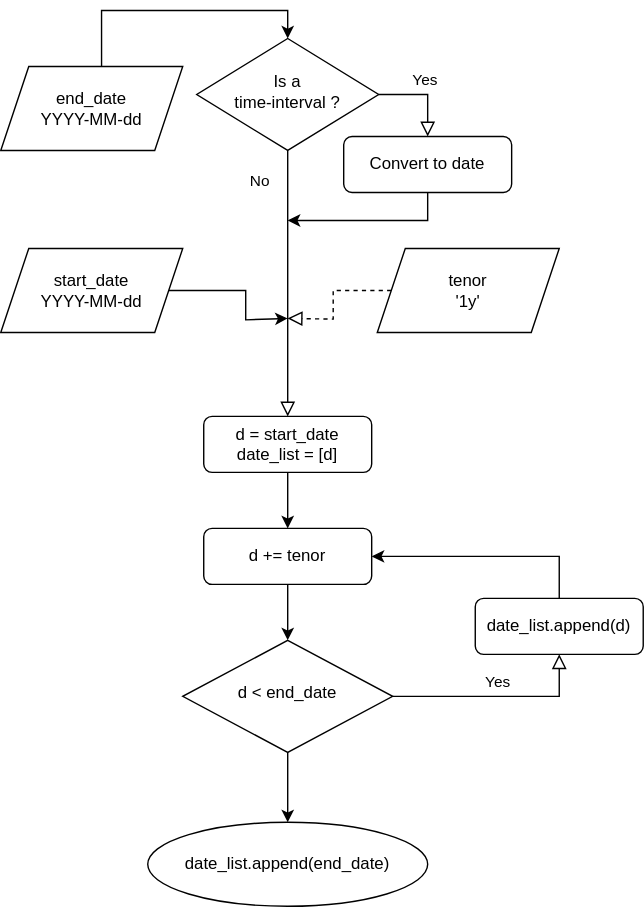
matteosan1/finance_course keeps this draw.io diagram as input_files/GenerateDatesFunction.drawio.svg. Above is the earlier version. Source tidied: cells renumbered, new cells last; positions are measured from the earlier drawing's top-left corner, leaving out a move shared by most shapes.
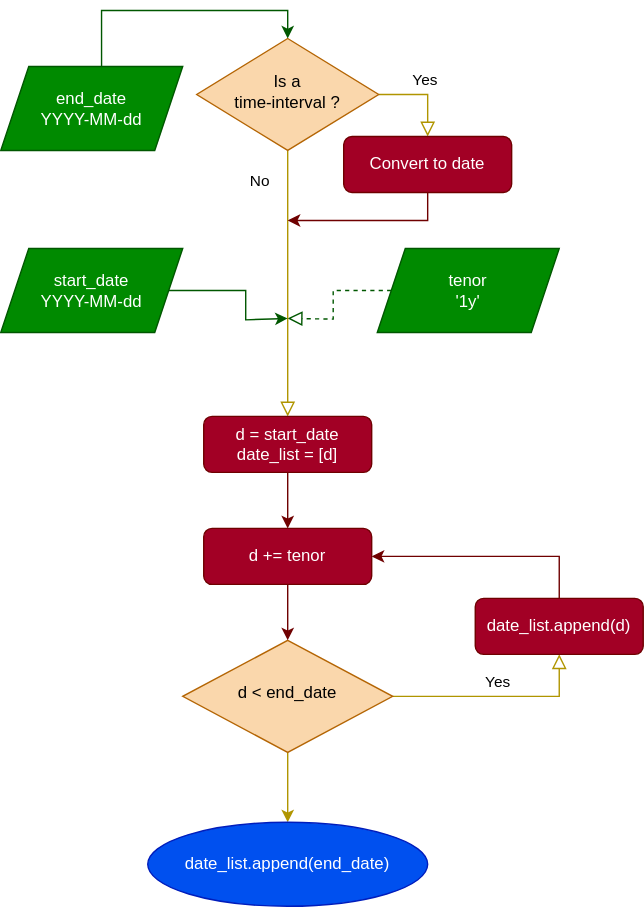
After the change.

Diff of the diagram source:
```diff
@@ -2,21 +2,21 @@
   <root>
     <mxCell id="0" />
     <mxCell id="1" parent="0" />
-    <mxCell id="2" style="rounded=0;html=1;jettySize=auto;fontSize=11;endArrow=block;endFill=0;endSize=8;strokeWidth=1;shadow=0;labelBackgroundColor=none;edgeStyle=orthogonalEdgeStyle;dashed=1;exitX=0;exitY=0.5;exitDx=0;exitDy=0;" parent="1" edge="1" source="21">
+    <mxCell id="2" style="rounded=0;html=1;jettySize=auto;fontSize=11;endArrow=block;endFill=0;endSize=8;strokeWidth=1;shadow=0;labelBackgroundColor=none;edgeStyle=orthogonalEdgeStyle;dashed=1;exitX=0;exitY=0.5;exitDx=0;exitDy=0;fillColor=#008a00;strokeColor=#005700;" parent="1" edge="1" source="21">
       <mxGeometry relative="1" as="geometry">
         <mxPoint x="205" y="200" as="targetPoint" />
       </mxGeometry>
     </mxCell>
-    <mxCell id="3" value="No" style="rounded=0;html=1;jettySize=auto;fontSize=11;endArrow=block;endFill=0;endSize=8;strokeWidth=1;shadow=0;labelBackgroundColor=none;edgeStyle=orthogonalEdgeStyle;entryX=0.5;entryY=0;entryDx=0;entryDy=0;" parent="1" edge="1" source="5" target="12">
+    <mxCell id="3" value="No" style="rounded=0;html=1;jettySize=auto;fontSize=11;endArrow=block;endFill=0;endSize=8;strokeWidth=1;shadow=0;labelBackgroundColor=none;edgeStyle=orthogonalEdgeStyle;entryX=0.5;entryY=0;entryDx=0;entryDy=0;fillColor=#e3c800;strokeColor=#B09500;" parent="1" edge="1" source="5" target="12">
       <mxGeometry x="-0.76" y="-20" relative="1" as="geometry" />
     </mxCell>
-    <mxCell id="4" value="Yes" style="edgeStyle=orthogonalEdgeStyle;rounded=0;html=1;jettySize=auto;fontSize=11;endArrow=block;endFill=0;endSize=8;strokeWidth=1;shadow=0;labelBackgroundColor=none;exitX=1;exitY=0.5;exitDx=0;exitDy=0;" parent="1" edge="1" source="5" target="7">
+    <mxCell id="4" value="Yes" style="edgeStyle=orthogonalEdgeStyle;rounded=0;html=1;jettySize=auto;fontSize=11;endArrow=block;endFill=0;endSize=8;strokeWidth=1;shadow=0;labelBackgroundColor=none;exitX=1;exitY=0.5;exitDx=0;exitDy=0;fillColor=#e3c800;strokeColor=#B09500;" parent="1" edge="1" source="5" target="7">
       <mxGeometry y="10" relative="1" as="geometry" />
     </mxCell>
-    <mxCell id="5" value="Is a &lt;br&gt;time-interval ?" style="rhombus;whiteSpace=wrap;html=1;shadow=0;fontFamily=Helvetica;fontSize=12;align=center;strokeWidth=1;spacing=6;spacingTop=-4;" parent="1" vertex="1">
+    <mxCell id="5" value="Is a &lt;br&gt;time-interval ?" style="rhombus;whiteSpace=wrap;html=1;shadow=0;fontFamily=Helvetica;fontSize=12;align=center;strokeWidth=1;spacing=6;spacingTop=-4;fillColor=#fad7ac;strokeColor=#b46504;" parent="1" vertex="1">
       <mxGeometry x="140" width="130" height="80" as="geometry" />
     </mxCell>
-    <mxCell id="6" style="edgeStyle=orthogonalEdgeStyle;rounded=0;jettySize=auto;html=1;exitX=0.5;exitY=1;exitDx=0;exitDy=0;" parent="1" edge="1" source="7">
+    <mxCell id="6" style="edgeStyle=orthogonalEdgeStyle;rounded=0;jettySize=auto;html=1;exitX=0.5;exitY=1;exitDx=0;exitDy=0;fillColor=#a20025;strokeColor=#6F0000;" parent="1" edge="1" source="7">
       <mxGeometry relative="1" as="geometry">
         <mxPoint x="205" y="130" as="targetPoint" />
         <Array as="points">
@@ -25,39 +25,39 @@
         </Array>
       </mxGeometry>
     </mxCell>
-    <mxCell id="7" value="Convert to date" style="rounded=1;whiteSpace=wrap;html=1;fontSize=12;glass=0;strokeWidth=1;shadow=0;" parent="1" vertex="1">
+    <mxCell id="7" value="Convert to date" style="rounded=1;whiteSpace=wrap;html=1;fontSize=12;glass=0;strokeWidth=1;shadow=0;fillColor=#a20025;fontColor=#ffffff;strokeColor=#6F0000;" parent="1" vertex="1">
       <mxGeometry x="245" y="70" width="120" height="40" as="geometry" />
     </mxCell>
-    <mxCell id="8" value="Yes" style="edgeStyle=orthogonalEdgeStyle;rounded=0;html=1;jettySize=auto;fontSize=11;endArrow=block;endFill=0;endSize=8;strokeWidth=1;shadow=0;labelBackgroundColor=none;" parent="1" edge="1" source="10" target="14">
+    <mxCell id="8" value="Yes" style="edgeStyle=orthogonalEdgeStyle;rounded=0;html=1;jettySize=auto;fontSize=11;endArrow=block;endFill=0;endSize=8;strokeWidth=1;shadow=0;labelBackgroundColor=none;fillColor=#e3c800;strokeColor=#B09500;" parent="1" edge="1" source="10" target="14">
       <mxGeometry y="10" relative="1" as="geometry">
         <Array as="points">
           <mxPoint x="399" y="470" />
         </Array>
       </mxGeometry>
     </mxCell>
-    <mxCell id="9" style="edgeStyle=orthogonalEdgeStyle;rounded=0;jettySize=auto;html=1;exitX=0.5;exitY=1;exitDx=0;exitDy=0;entryX=0.5;entryY=0;entryDx=0;entryDy=0;" parent="1" edge="1" source="10" target="19">
+    <mxCell id="9" style="edgeStyle=orthogonalEdgeStyle;rounded=0;jettySize=auto;html=1;exitX=0.5;exitY=1;exitDx=0;exitDy=0;entryX=0.5;entryY=0;entryDx=0;entryDy=0;fillColor=#e3c800;strokeColor=#B09500;" parent="1" edge="1" source="10" target="19">
       <mxGeometry relative="1" as="geometry" />
     </mxCell>
-    <mxCell id="10" value="d &amp;lt; end_date" style="rhombus;whiteSpace=wrap;html=1;shadow=0;fontFamily=Helvetica;fontSize=12;align=center;strokeWidth=1;spacing=6;spacingTop=-4;" parent="1" vertex="1">
+    <mxCell id="10" value="d &amp;lt; end_date" style="rhombus;whiteSpace=wrap;html=1;shadow=0;fontFamily=Helvetica;fontSize=12;align=center;strokeWidth=1;spacing=6;spacingTop=-4;fillColor=#fad7ac;strokeColor=#b46504;" parent="1" vertex="1">
       <mxGeometry x="130" y="430" width="150" height="80" as="geometry" />
     </mxCell>
-    <mxCell id="11" style="edgeStyle=orthogonalEdgeStyle;rounded=0;jettySize=auto;html=1;entryX=0.5;entryY=0;entryDx=0;entryDy=0;" parent="1" edge="1" source="12" target="18">
+    <mxCell id="11" style="edgeStyle=orthogonalEdgeStyle;rounded=0;jettySize=auto;html=1;entryX=0.5;entryY=0;entryDx=0;entryDy=0;fillColor=#a20025;strokeColor=#6F0000;" parent="1" edge="1" source="12" target="18">
       <mxGeometry relative="1" as="geometry" />
     </mxCell>
-    <mxCell id="12" value="d = start_date&lt;br&gt;date_list = [d]" style="rounded=1;whiteSpace=wrap;html=1;fontSize=12;glass=0;strokeWidth=1;shadow=0;" parent="1" vertex="1">
+    <mxCell id="12" value="d = start_date&lt;br&gt;date_list = [d]" style="rounded=1;whiteSpace=wrap;html=1;fontSize=12;glass=0;strokeWidth=1;shadow=0;fillColor=#a20025;fontColor=#ffffff;strokeColor=#6F0000;" parent="1" vertex="1">
       <mxGeometry x="145" y="270" width="120" height="40" as="geometry" />
     </mxCell>
-    <mxCell id="13" style="edgeStyle=orthogonalEdgeStyle;rounded=0;jettySize=auto;html=1;entryX=1;entryY=0.5;entryDx=0;entryDy=0;" parent="1" edge="1" source="14" target="18">
+    <mxCell id="13" style="edgeStyle=orthogonalEdgeStyle;rounded=0;jettySize=auto;html=1;entryX=1;entryY=0.5;entryDx=0;entryDy=0;fillColor=#a20025;strokeColor=#6F0000;" parent="1" edge="1" source="14" target="18">
       <mxGeometry relative="1" as="geometry">
         <Array as="points">
           <mxPoint x="399" y="370" />
         </Array>
       </mxGeometry>
     </mxCell>
-    <mxCell id="14" value="date_list.append(d)" style="rounded=1;whiteSpace=wrap;html=1;fontSize=12;glass=0;strokeWidth=1;shadow=0;" parent="1" vertex="1">
+    <mxCell id="14" value="date_list.append(d)" style="rounded=1;whiteSpace=wrap;html=1;fontSize=12;glass=0;strokeWidth=1;shadow=0;fillColor=#a20025;fontColor=#ffffff;strokeColor=#6F0000;" parent="1" vertex="1">
       <mxGeometry x="339" y="400" width="120" height="40" as="geometry" />
     </mxCell>
-    <mxCell id="15" style="edgeStyle=orthogonalEdgeStyle;rounded=0;jettySize=auto;html=1;exitX=1;exitY=0.5;exitDx=0;exitDy=0;" parent="1" edge="1" source="20">
+    <mxCell id="15" style="edgeStyle=orthogonalEdgeStyle;rounded=0;jettySize=auto;html=1;exitX=1;exitY=0.5;exitDx=0;exitDy=0;fillColor=#008a00;strokeColor=#005700;" parent="1" edge="1" source="20">
       <mxGeometry relative="1" as="geometry">
         <mxPoint x="205" y="200" as="targetPoint" />
         <Array as="points">
@@ -66,25 +66,25 @@
         </Array>
       </mxGeometry>
     </mxCell>
-    <mxCell id="16" style="edgeStyle=orthogonalEdgeStyle;rounded=0;jettySize=auto;html=1;exitX=0.554;exitY=0;exitDx=0;exitDy=0;entryX=0.5;entryY=0;entryDx=0;entryDy=0;exitPerimeter=0;" parent="1" edge="1" source="22" target="5">
+    <mxCell id="16" style="edgeStyle=orthogonalEdgeStyle;rounded=0;jettySize=auto;html=1;exitX=0.554;exitY=0;exitDx=0;exitDy=0;entryX=0.5;entryY=0;entryDx=0;entryDy=0;exitPerimeter=0;fillColor=#008a00;strokeColor=#005700;" parent="1" edge="1" source="22" target="5">
       <mxGeometry relative="1" as="geometry" />
     </mxCell>
-    <mxCell id="17" style="edgeStyle=orthogonalEdgeStyle;rounded=0;jettySize=auto;html=1;exitX=0.5;exitY=1;exitDx=0;exitDy=0;entryX=0.5;entryY=0;entryDx=0;entryDy=0;" parent="1" edge="1" source="18" target="10">
+    <mxCell id="17" style="edgeStyle=orthogonalEdgeStyle;rounded=0;jettySize=auto;html=1;exitX=0.5;exitY=1;exitDx=0;exitDy=0;entryX=0.5;entryY=0;entryDx=0;entryDy=0;fillColor=#a20025;strokeColor=#6F0000;" parent="1" edge="1" source="18" target="10">
       <mxGeometry relative="1" as="geometry" />
     </mxCell>
-    <mxCell id="18" value="d += tenor" style="rounded=1;whiteSpace=wrap;html=1;" parent="1" vertex="1">
+    <mxCell id="18" value="d += tenor" style="rounded=1;whiteSpace=wrap;html=1;fillColor=#a20025;fontColor=#ffffff;strokeColor=#6F0000;" parent="1" vertex="1">
       <mxGeometry x="145" y="350" width="120" height="40" as="geometry" />
     </mxCell>
-    <mxCell id="19" value="date_list.append(end_date)" style="ellipse;whiteSpace=wrap;html=1;" parent="1" vertex="1">
+    <mxCell id="19" value="date_list.append(end_date)" style="ellipse;whiteSpace=wrap;html=1;fillColor=#0050ef;fontColor=#ffffff;strokeColor=#001DBC;" parent="1" vertex="1">
       <mxGeometry x="105" y="560" width="200" height="60" as="geometry" />
     </mxCell>
-    <mxCell id="20" value="start_date&lt;br&gt;YYYY-MM-dd" style="shape=parallelogram;perimeter=parallelogramPerimeter;whiteSpace=wrap;html=1;fixedSize=1;" parent="1" vertex="1">
+    <mxCell id="20" value="start_date&lt;br&gt;YYYY-MM-dd" style="shape=parallelogram;perimeter=parallelogramPerimeter;whiteSpace=wrap;html=1;fixedSize=1;fillColor=#008a00;fontColor=#ffffff;strokeColor=#005700;" parent="1" vertex="1">
       <mxGeometry y="150" width="130" height="60" as="geometry" />
     </mxCell>
-    <mxCell id="21" value="tenor&lt;br&gt;'1y'" style="shape=parallelogram;perimeter=parallelogramPerimeter;whiteSpace=wrap;html=1;fixedSize=1;" parent="1" vertex="1">
+    <mxCell id="21" value="tenor&lt;br&gt;'1y'" style="shape=parallelogram;perimeter=parallelogramPerimeter;whiteSpace=wrap;html=1;fixedSize=1;fillColor=#008a00;fontColor=#ffffff;strokeColor=#005700;" parent="1" vertex="1">
       <mxGeometry x="269" y="150" width="130" height="60" as="geometry" />
     </mxCell>
-    <mxCell id="22" value="end_date&lt;br&gt;YYYY-MM-dd" style="shape=parallelogram;perimeter=parallelogramPerimeter;whiteSpace=wrap;html=1;fixedSize=1;" parent="1" vertex="1">
+    <mxCell id="22" value="end_date&lt;br&gt;YYYY-MM-dd" style="shape=parallelogram;perimeter=parallelogramPerimeter;whiteSpace=wrap;html=1;fixedSize=1;fillColor=#008a00;fontColor=#ffffff;strokeColor=#005700;" parent="1" vertex="1">
       <mxGeometry y="20" width="130" height="60" as="geometry" />
     </mxCell>
   </root>
```
